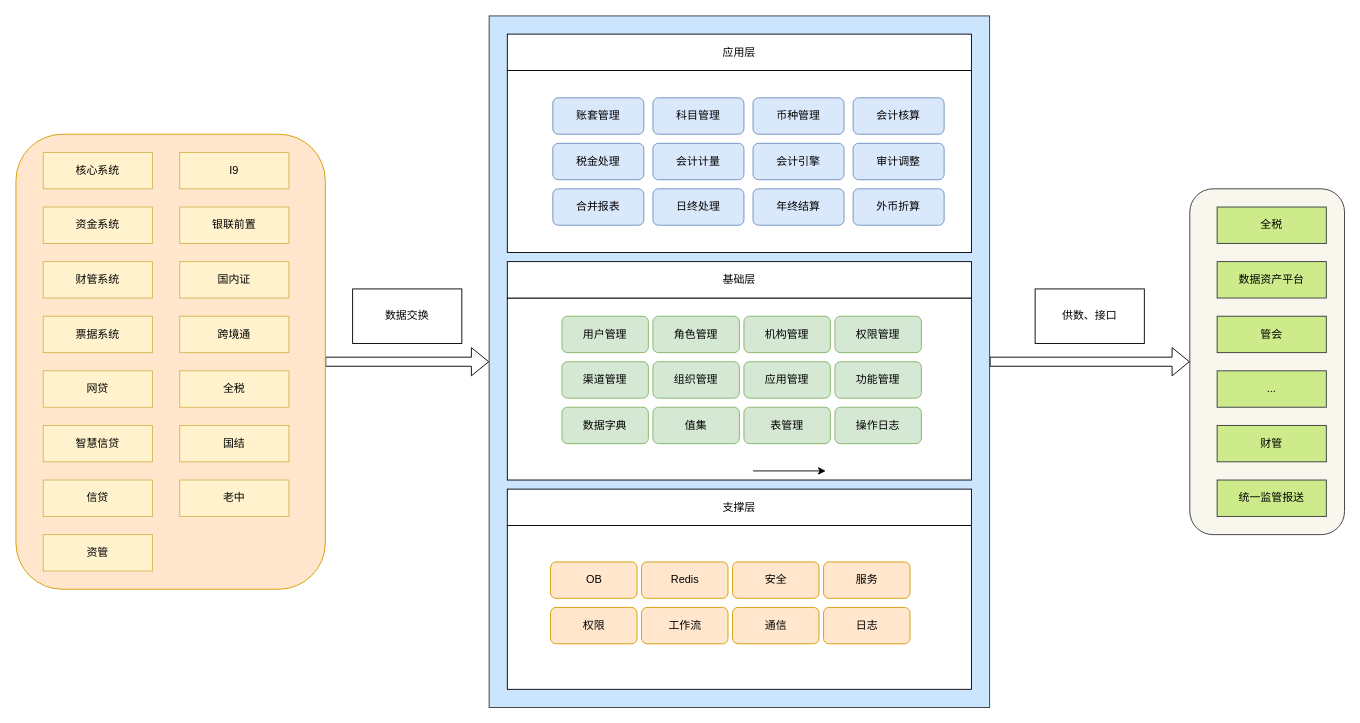
TzashiNorpu/gl keeps this draw.io diagram as page "功能架构" (4 of 6) of gl.drawio. Above is the earlier version. Source tidied: cells renumbered, new cells numbered last; positions are measured from the earlier drawing's top-left corner, leaving out a move shared by most shapes. Both pictures are drawn from the tidied source at 91%, with x=0, y=0 at pixel (15, 15).
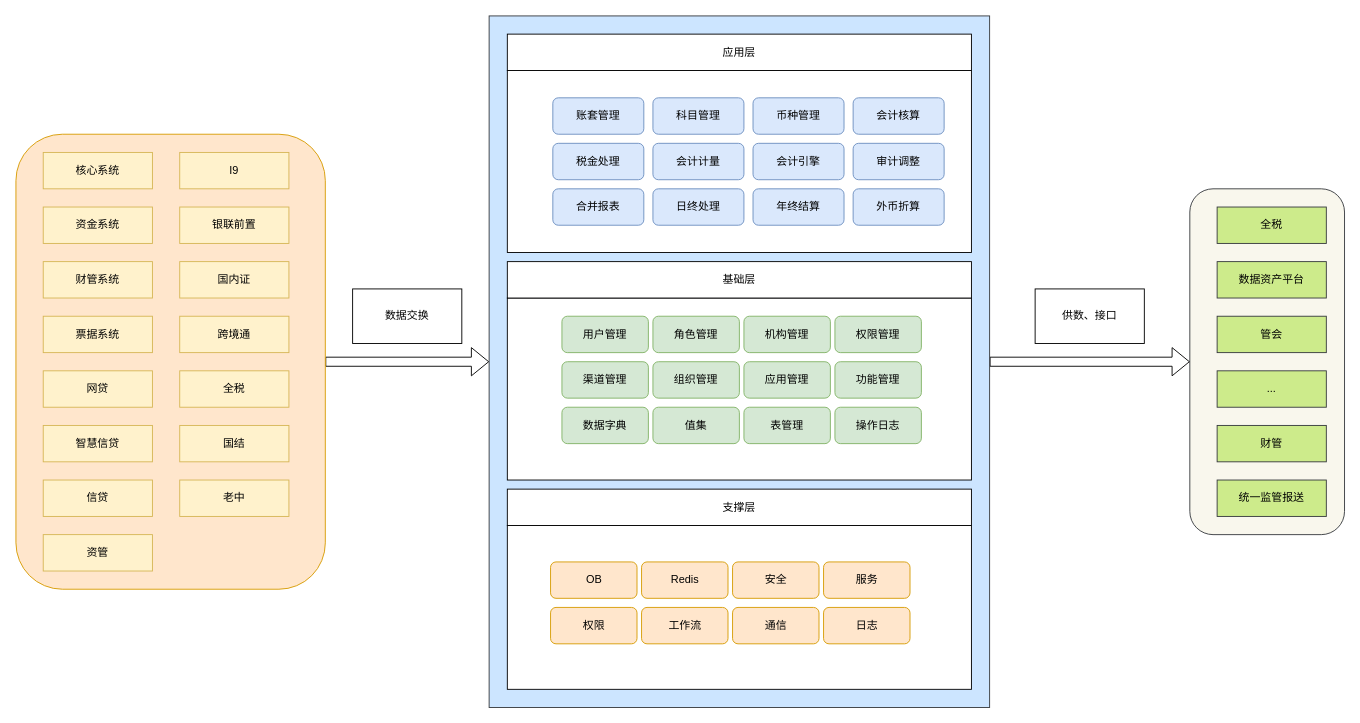
Above is the later version.

What changed in the source:
```diff
@@
-    <mxCell id="66" style="edgeStyle=none;orthogonalLoop=1;jettySize=auto;html=1;rounded=0;" parent="1" edge="1">
-      <mxGeometry relative="1" as="geometry">
-        <mxPoint x="810" y="500" as="sourcePoint" />
-        <mxPoint x="890" y="500" as="targetPoint" />
-      </mxGeometry>
-    </mxCell>
```
